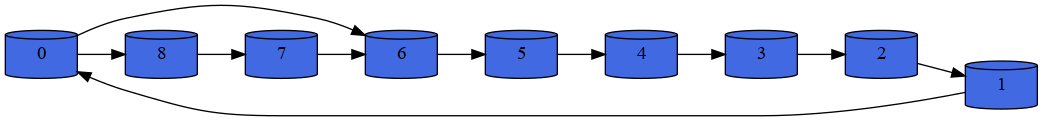
Mizux/adventofcode keeps this Graphviz diagram as day_6/hint.png. Above is the earlier version. Its source is kept beside it as day_6/hint.dot. Source of this version:
```dot
@startdot
digraph Hint {
  rankdir=LR;
  node [shape=cylinder, style="rounded,filled", color=black, fillcolor=royalblue];
  ROOT [label="0"];
  ONE [label="1"];
  TWO [label="2"];
  THREE [label="3"];
  FOUR [label="4"];
  FIVE [label="5"];
  SIX [label="6"];
  SEVEN [label="7"];
  EIGHT [label="8"];

  ROOT -> EIGHT;
  ROOT -> SIX;
  EIGHT -> SEVEN;
  SEVEN -> SIX;
  SIX -> FIVE;
  FIVE -> FOUR;
  FOUR -> THREE;
  THREE -> TWO;
  TWO -> ONE;
  ONE -> ROOT;
}
@enddot
```
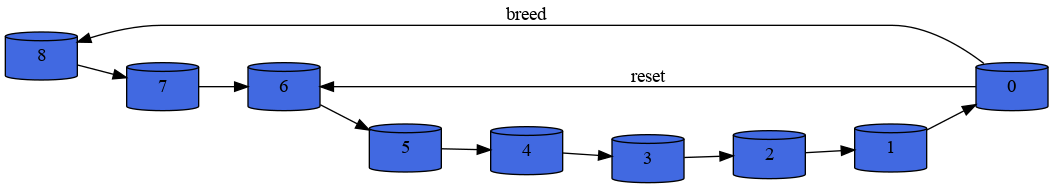
The same diagram one commit later.

Commit message:
improve hint

Diff of the diagram source:
```diff
@@ -12,8 +12,6 @@
   SEVEN [label="7"];
   EIGHT [label="8"];
 
-  ROOT -> EIGHT;
-  ROOT -> SIX;
   EIGHT -> SEVEN;
   SEVEN -> SIX;
   SIX -> FIVE;
@@ -22,5 +20,7 @@
   THREE -> TWO;
   TWO -> ONE;
   ONE -> ROOT;
+  EIGHT -> ROOT [dir=back; label="breed"];
+  SIX -> ROOT [dir=back; label="reset"];
 }
 @enddot
```
